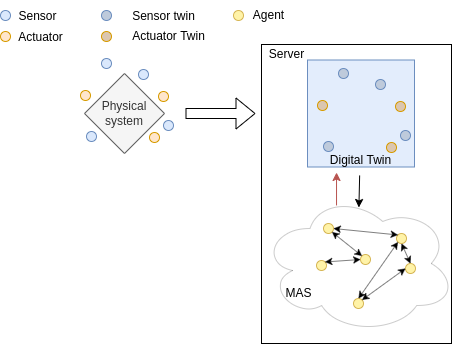
The draw.io diagram Documents/schemas/model_final.png in Zo-ey/lcis-internship, before a commit. Source tidied: cells renumbered, new cells last; positions are measured from the earlier drawing's top-left corner, leaving out a move shared by most shapes.
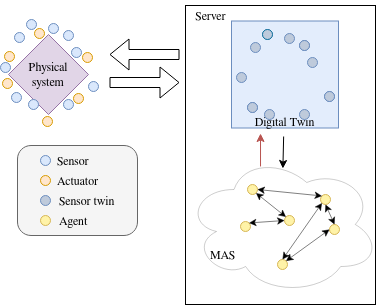
The same file after the commit.

Diff of the diagram source:
```diff
@@ -2,149 +2,200 @@
   <root>
     <mxCell id="0" />
     <mxCell id="1" parent="0" />
-    <mxCell id="2" style="rounded=0;whiteSpace=wrap;html=1;" parent="1" vertex="1">
-      <mxGeometry x="261" y="44" width="190" height="299" as="geometry" />
+    <mxCell id="2" style="rounded=1;whiteSpace=wrap;html=1;strokeColor=#666666;fillColor=#f5f5f5;fontColor=#333333;" parent="1" vertex="1">
+      <mxGeometry x="93" y="184" width="120" height="90" as="geometry" />
     </mxCell>
-    <mxCell id="3" style="whiteSpace=wrap;html=1;fillColor=#E3EDFC;strokeColor=#6c8ebf;" parent="1" vertex="1">
-      <mxGeometry x="307" y="59.5" width="107" height="107" as="geometry" />
+    <mxCell id="3" style="rounded=0;whiteSpace=wrap;html=1;" parent="1" vertex="1">
+      <mxGeometry x="261" y="44" width="190" height="299" as="geometry" />
     </mxCell>
-    <mxCell id="4" value="Physical&lt;br&gt;system" style="rhombus;whiteSpace=wrap;html=1;fillColor=#f5f5f5;fontColor=#333333;strokeColor=#666666;" parent="1" vertex="1">
-      <mxGeometry x="84" y="73" width="80" height="80" as="geometry" />
+    <mxCell id="4" style="whiteSpace=wrap;html=1;fillColor=#E3EDFC;strokeColor=#6c8ebf;" parent="1" vertex="1">
+      <mxGeometry x="307" y="59.5" width="107" height="107" as="geometry" />
     </mxCell>
-    <mxCell id="5" style="ellipse;whiteSpace=wrap;html=1;fillColor=#dae8fc;strokeColor=#6c8ebf;" parent="1" vertex="1">
-      <mxGeometry x="163" y="120" width="10" height="10" as="geometry" />
+    <mxCell id="5" value="Physical&lt;br&gt;system" style="rhombus;whiteSpace=wrap;html=1;fillColor=#e1d5e7;strokeColor=#9673a6;" parent="1" vertex="1">
+      <mxGeometry x="84" y="73" width="80" height="80" as="geometry" />
     </mxCell>
     <mxCell id="6" style="ellipse;whiteSpace=wrap;html=1;fillColor=#dae8fc;strokeColor=#6c8ebf;" parent="1" vertex="1">
-      <mxGeometry x="86" y="131" width="10" height="10" as="geometry" />
+      <mxGeometry x="164" y="120" width="10" height="10" as="geometry" />
     </mxCell>
     <mxCell id="7" style="ellipse;whiteSpace=wrap;html=1;fillColor=#dae8fc;strokeColor=#6c8ebf;" parent="1" vertex="1">
-      <mxGeometry x="101" y="58" width="10" height="10" as="geometry" />
+      <mxGeometry x="87" y="131" width="10" height="10" as="geometry" />
     </mxCell>
     <mxCell id="8" style="ellipse;whiteSpace=wrap;html=1;fillColor=#dae8fc;strokeColor=#6c8ebf;" parent="1" vertex="1">
-      <mxGeometry x="138" y="69" width="10" height="10" as="geometry" />
+      <mxGeometry x="102" y="58" width="10" height="10" as="geometry" />
     </mxCell>
-    <mxCell id="9" style="ellipse;whiteSpace=wrap;html=1;fillColor=#ffe6cc;strokeColor=#d79b00;" parent="1" vertex="1">
-      <mxGeometry x="149" y="132" width="10" height="10" as="geometry" />
+    <mxCell id="9" style="ellipse;whiteSpace=wrap;html=1;fillColor=#dae8fc;strokeColor=#6c8ebf;" parent="1" vertex="1">
+      <mxGeometry x="139" y="69" width="10" height="10" as="geometry" />
     </mxCell>
     <mxCell id="10" style="ellipse;whiteSpace=wrap;html=1;fillColor=#ffe6cc;strokeColor=#d79b00;" parent="1" vertex="1">
-      <mxGeometry x="80" y="90" width="10" height="10" as="geometry" />
+      <mxGeometry x="149" y="132" width="10" height="10" as="geometry" />
     </mxCell>
     <mxCell id="11" style="ellipse;whiteSpace=wrap;html=1;fillColor=#ffe6cc;strokeColor=#d79b00;" parent="1" vertex="1">
-      <mxGeometry x="158" y="91" width="10" height="10" as="geometry" />
+      <mxGeometry x="80" y="90" width="10" height="10" as="geometry" />
     </mxCell>
-    <mxCell id="12" style="ellipse;whiteSpace=wrap;html=1;fillColor=#dae8fc;strokeColor=#6c8ebf;" parent="1" vertex="1">
-      <mxGeometry y="10" width="10" height="10" as="geometry" />
+    <mxCell id="12" style="ellipse;whiteSpace=wrap;html=1;fillColor=#ffe6cc;strokeColor=#d79b00;" parent="1" vertex="1">
+      <mxGeometry x="158" y="91" width="10" height="10" as="geometry" />
     </mxCell>
-    <mxCell id="13" value="Sensor" style="text;html=1;align=center;verticalAlign=middle;strokeColor=none;fillColor=none;" parent="1" vertex="1">
-      <mxGeometry x="7" y="1" width="60" height="30" as="geometry" />
+    <mxCell id="13" style="ellipse;whiteSpace=wrap;html=1;fillColor=#dae8fc;strokeColor=#6c8ebf;" parent="1" vertex="1">
+      <mxGeometry x="116" y="194" width="10" height="10" as="geometry" />
     </mxCell>
-    <mxCell id="14" style="ellipse;whiteSpace=wrap;html=1;fillColor=#ffe6cc;strokeColor=#d79b00;" parent="1" vertex="1">
-      <mxGeometry y="31" width="10" height="10" as="geometry" />
+    <mxCell id="14" value="Sensor" style="text;html=1;align=left;verticalAlign=middle;strokeColor=none;fillColor=none;" parent="1" vertex="1">
+      <mxGeometry x="131" y="184" width="60" height="30" as="geometry" />
     </mxCell>
-    <mxCell id="15" value="Actuator" style="text;html=1;align=center;verticalAlign=middle;strokeColor=none;fillColor=none;" parent="1" vertex="1">
-      <mxGeometry x="5" y="22" width="70" height="30" as="geometry" />
+    <mxCell id="15" style="ellipse;whiteSpace=wrap;html=1;fillColor=#ffe6cc;strokeColor=#d79b00;" parent="1" vertex="1">
+      <mxGeometry x="116" y="214" width="10" height="10" as="geometry" />
     </mxCell>
-    <mxCell id="16" style="shape=flexArrow;endArrow=classic;html=1;rounded=0;" parent="1" edge="1">
-      <mxGeometry relative="1" as="geometry">
-        <mxPoint x="185" y="113" as="sourcePoint" />
-        <mxPoint x="255" y="113" as="targetPoint" />
-      </mxGeometry>
+    <mxCell id="16" value="&lt;div align=&quot;left&quot;&gt;Actuator&lt;/div&gt;" style="text;html=1;align=left;verticalAlign=middle;strokeColor=none;fillColor=none;" parent="1" vertex="1">
+      <mxGeometry x="131" y="204" width="60" height="30" as="geometry" />
     </mxCell>
-    <mxCell id="17" value="Server" style="text;html=1;align=center;verticalAlign=middle;strokeColor=none;fillColor=none;" parent="1" vertex="1">
-      <mxGeometry x="256" y="39" width="60" height="30" as="geometry" />
+    <mxCell id="17" style="shape=flexArrow;endArrow=classic;html=1;rounded=0;" parent="1" edge="1">
+      <mxGeometry relative="1" as="geometry">
+        <mxPoint x="185" y="121" as="sourcePoint" />
+        <mxPoint x="255" y="121" as="targetPoint" />
+      </mxGeometry>
     </mxCell>
-    <mxCell id="18" style="ellipse;whiteSpace=wrap;html=1;fillColor=#BECADB;strokeColor=#6c8ebf;" parent="1" vertex="1">
-      <mxGeometry x="101" y="10" width="10" height="10" as="geometry" />
+    <mxCell id="18" value="Server" style="text;html=1;align=center;verticalAlign=middle;strokeColor=none;fillColor=none;" parent="1" vertex="1">
+      <mxGeometry x="256" y="39" width="60" height="30" as="geometry" />
     </mxCell>
-    <mxCell id="19" value="Sensor twin" style="text;html=1;align=center;verticalAlign=middle;strokeColor=none;fillColor=none;" parent="1" vertex="1">
-      <mxGeometry x="118" y="1" width="90" height="30" as="geometry" />
+    <mxCell id="19" style="ellipse;whiteSpace=wrap;html=1;fillColor=#BECADB;strokeColor=#6c8ebf;" parent="1" vertex="1">
+      <mxGeometry x="116" y="234" width="10" height="10" as="geometry" />
     </mxCell>
-    <mxCell id="20" style="ellipse;whiteSpace=wrap;html=1;fillColor=#DBC6AF;strokeColor=#d79b00;" parent="1" vertex="1">
-      <mxGeometry x="101" y="31" width="10" height="10" as="geometry" />
+    <mxCell id="20" value="&lt;div align=&quot;left&quot;&gt;Sensor twin&lt;/div&gt;" style="text;html=1;align=left;verticalAlign=middle;strokeColor=none;fillColor=none;" parent="1" vertex="1">
+      <mxGeometry x="133" y="224" width="80" height="30" as="geometry" />
     </mxCell>
-    <mxCell id="21" value="Actuator Twin" style="text;html=1;align=center;verticalAlign=middle;strokeColor=none;fillColor=none;" parent="1" vertex="1">
-      <mxGeometry x="118" y="21" width="100" height="30" as="geometry" />
+    <mxCell id="21" style="ellipse;whiteSpace=wrap;html=1;fillColor=#BECADB;strokeColor=#6c8ebf;" parent="1" vertex="1">
+      <mxGeometry x="400" y="130" width="10" height="10" as="geometry" />
     </mxCell>
     <mxCell id="22" style="ellipse;whiteSpace=wrap;html=1;fillColor=#BECADB;strokeColor=#6c8ebf;" parent="1" vertex="1">
-      <mxGeometry x="400" y="130" width="10" height="10" as="geometry" />
+      <mxGeometry x="323" y="141" width="10" height="10" as="geometry" />
     </mxCell>
     <mxCell id="23" style="ellipse;whiteSpace=wrap;html=1;fillColor=#BECADB;strokeColor=#6c8ebf;" parent="1" vertex="1">
-      <mxGeometry x="323" y="141" width="10" height="10" as="geometry" />
+      <mxGeometry x="338" y="68" width="10" height="10" as="geometry" />
     </mxCell>
     <mxCell id="24" style="ellipse;whiteSpace=wrap;html=1;fillColor=#BECADB;strokeColor=#6c8ebf;" parent="1" vertex="1">
-      <mxGeometry x="338" y="68" width="10" height="10" as="geometry" />
+      <mxGeometry x="375" y="79" width="10" height="10" as="geometry" />
     </mxCell>
-    <mxCell id="25" style="ellipse;whiteSpace=wrap;html=1;fillColor=#BECADB;strokeColor=#6c8ebf;" parent="1" vertex="1">
-      <mxGeometry x="375" y="79" width="10" height="10" as="geometry" />
+    <mxCell id="25" value="Digital Twin" style="text;html=1;align=center;verticalAlign=middle;points=[];strokeColor=none;fillColor=none;" parent="1" vertex="1">
+      <mxGeometry x="319.5" y="145" width="80" height="30" as="geometry" />
     </mxCell>
-    <mxCell id="26" style="ellipse;whiteSpace=wrap;html=1;fillColor=#DBC6AF;strokeColor=#d79b00;" parent="1" vertex="1">
-      <mxGeometry x="386" y="142" width="10" height="10" as="geometry" />
+    <mxCell id="26" style="ellipse;shape=cloud;whiteSpace=wrap;html=1;fillColor=none;strokeWidth=0.2;" parent="1" vertex="1">
+      <mxGeometry x="261" y="193" width="194" height="140" as="geometry" />
     </mxCell>
-    <mxCell id="27" style="ellipse;whiteSpace=wrap;html=1;fillColor=#DBC6AF;strokeColor=#d79b00;" parent="1" vertex="1">
-      <mxGeometry x="317" y="100" width="10" height="10" as="geometry" />
+    <mxCell id="27" style="endArrow=classic;html=1;rounded=0;entryX=0.502;entryY=0.1;entryDx=0;entryDy=0;entryPerimeter=0;" parent="1" edge="1" source="25" target="26">
+      <mxGeometry relative="1" as="geometry" />
     </mxCell>
-    <mxCell id="28" style="ellipse;whiteSpace=wrap;html=1;fillColor=#DBC6AF;strokeColor=#d79b00;" parent="1" vertex="1">
-      <mxGeometry x="395" y="101" width="10" height="10" as="geometry" />
+    <mxCell id="28" style="ellipse;whiteSpace=wrap;html=1;fillColor=#FFF3A8;strokeColor=#d6b656;" parent="1" vertex="1">
+      <mxGeometry x="116" y="254" width="10" height="10" as="geometry" />
     </mxCell>
-    <mxCell id="29" value="Digital Twin" style="text;html=1;align=center;verticalAlign=middle;points=[];strokeColor=none;fillColor=none;" parent="1" vertex="1">
-      <mxGeometry x="319.5" y="145" width="80" height="30" as="geometry" />
+    <mxCell id="29" value="Agent" style="text;html=1;align=left;verticalAlign=middle;points=[];strokeColor=none;fillColor=none;" parent="1" vertex="1">
+      <mxGeometry x="133" y="244" width="50" height="30" as="geometry" />
     </mxCell>
-    <mxCell id="30" style="ellipse;shape=cloud;whiteSpace=wrap;html=1;fillColor=none;strokeWidth=0.2;" parent="1" vertex="1">
-      <mxGeometry x="261" y="193" width="194" height="140" as="geometry" />
+    <mxCell id="30" style="ellipse;whiteSpace=wrap;html=1;fillColor=#FFF3A8;strokeColor=#d6b656;" parent="1" vertex="1">
+      <mxGeometry x="323" y="223" width="10" height="10" as="geometry" />
     </mxCell>
-    <mxCell id="31" style="endArrow=classic;html=1;rounded=0;entryX=0.502;entryY=0.1;entryDx=0;entryDy=0;entryPerimeter=0;" parent="1" edge="1" source="29" target="30">
-      <mxGeometry relative="1" as="geometry" />
+    <mxCell id="31" style="ellipse;whiteSpace=wrap;html=1;fillColor=#FFF3A8;strokeColor=#d6b656;" parent="1" vertex="1">
+      <mxGeometry x="316" y="260" width="10" height="10" as="geometry" />
     </mxCell>
     <mxCell id="32" style="ellipse;whiteSpace=wrap;html=1;fillColor=#FFF3A8;strokeColor=#d6b656;" parent="1" vertex="1">
-      <mxGeometry x="233" y="10" width="10" height="10" as="geometry" />
+      <mxGeometry x="360" y="254" width="10" height="10" as="geometry" />
     </mxCell>
-    <mxCell id="33" value="Agent" style="text;html=1;align=center;verticalAlign=middle;points=[];strokeColor=none;fillColor=none;" parent="1" vertex="1">
-      <mxGeometry x="243" width="50" height="30" as="geometry" />
+    <mxCell id="33" style="ellipse;whiteSpace=wrap;html=1;fillColor=#FFF3A8;strokeColor=#d6b656;" parent="1" vertex="1">
+      <mxGeometry x="353" y="298" width="10" height="10" as="geometry" />
     </mxCell>
     <mxCell id="34" style="ellipse;whiteSpace=wrap;html=1;fillColor=#FFF3A8;strokeColor=#d6b656;" parent="1" vertex="1">
-      <mxGeometry x="323" y="223" width="10" height="10" as="geometry" />
+      <mxGeometry x="405" y="263" width="10" height="10" as="geometry" />
     </mxCell>
     <mxCell id="35" style="ellipse;whiteSpace=wrap;html=1;fillColor=#FFF3A8;strokeColor=#d6b656;" parent="1" vertex="1">
-      <mxGeometry x="316" y="260" width="10" height="10" as="geometry" />
+      <mxGeometry x="396" y="233" width="10" height="10" as="geometry" />
     </mxCell>
-    <mxCell id="36" style="ellipse;whiteSpace=wrap;html=1;fillColor=#FFF3A8;strokeColor=#d6b656;" parent="1" vertex="1">
-      <mxGeometry x="360" y="254" width="10" height="10" as="geometry" />
+    <mxCell id="36" style="endArrow=classic;startArrow=classic;html=1;rounded=0;entryX=0;entryY=0;entryDx=0;entryDy=0;exitX=1;exitY=0.5;exitDx=0;exitDy=0;strokeWidth=0.5;" parent="1" edge="1" source="30" target="35">
+      <mxGeometry relative="1" as="geometry" />
     </mxCell>
-    <mxCell id="37" style="ellipse;whiteSpace=wrap;html=1;fillColor=#FFF3A8;strokeColor=#d6b656;" parent="1" vertex="1">
-      <mxGeometry x="353" y="298" width="10" height="10" as="geometry" />
+    <mxCell id="37" style="endArrow=classic;startArrow=classic;html=1;rounded=0;entryX=0;entryY=0.5;entryDx=0;entryDy=0;exitX=1;exitY=0;exitDx=0;exitDy=0;strokeWidth=0.5;" parent="1" edge="1" source="31" target="32">
+      <mxGeometry relative="1" as="geometry" />
     </mxCell>
-    <mxCell id="38" style="ellipse;whiteSpace=wrap;html=1;fillColor=#FFF3A8;strokeColor=#d6b656;" parent="1" vertex="1">
-      <mxGeometry x="405" y="263" width="10" height="10" as="geometry" />
+    <mxCell id="38" style="endArrow=classic;startArrow=classic;html=1;rounded=0;entryX=0;entryY=0.5;entryDx=0;entryDy=0;exitX=1;exitY=0;exitDx=0;exitDy=0;strokeWidth=0.5;" parent="1" edge="1" source="33" target="34">
+      <mxGeometry relative="1" as="geometry" />
     </mxCell>
-    <mxCell id="39" style="ellipse;whiteSpace=wrap;html=1;fillColor=#FFF3A8;strokeColor=#d6b656;" parent="1" vertex="1">
-      <mxGeometry x="396" y="233" width="10" height="10" as="geometry" />
+    <mxCell id="39" style="endArrow=classic;startArrow=classic;html=1;rounded=0;entryX=0;entryY=1;entryDx=0;entryDy=0;exitX=0.5;exitY=0;exitDx=0;exitDy=0;strokeWidth=0.5;" parent="1" edge="1" source="33" target="35">
+      <mxGeometry relative="1" as="geometry" />
     </mxCell>
-    <mxCell id="40" style="endArrow=classic;startArrow=classic;html=1;rounded=0;entryX=0;entryY=0;entryDx=0;entryDy=0;exitX=1;exitY=0.5;exitDx=0;exitDy=0;strokeWidth=0.5;" parent="1" edge="1" source="34" target="39">
+    <mxCell id="40" style="endArrow=classic;startArrow=classic;html=1;rounded=0;entryX=0.5;entryY=1;entryDx=0;entryDy=0;exitX=0.5;exitY=0;exitDx=0;exitDy=0;strokeWidth=0.5;" parent="1" edge="1" source="34" target="35">
       <mxGeometry relative="1" as="geometry" />
     </mxCell>
-    <mxCell id="41" style="endArrow=classic;startArrow=classic;html=1;rounded=0;entryX=0;entryY=0.5;entryDx=0;entryDy=0;exitX=1;exitY=0;exitDx=0;exitDy=0;strokeWidth=0.5;" parent="1" edge="1" source="35" target="36">
+    <mxCell id="41" style="endArrow=classic;startArrow=classic;html=1;rounded=0;entryX=1;entryY=1;entryDx=0;entryDy=0;exitX=0;exitY=0;exitDx=0;exitDy=0;strokeWidth=0.5;" parent="1" edge="1" source="32" target="30">
       <mxGeometry relative="1" as="geometry" />
     </mxCell>
-    <mxCell id="42" style="endArrow=classic;startArrow=classic;html=1;rounded=0;entryX=0;entryY=0.5;entryDx=0;entryDy=0;exitX=1;exitY=0;exitDx=0;exitDy=0;strokeWidth=0.5;" parent="1" edge="1" source="37" target="38">
-      <mxGeometry relative="1" as="geometry" />
+    <mxCell id="42" value="MAS" style="text;html=1;align=center;verticalAlign=middle;strokeColor=none;fillColor=none;" parent="1" vertex="1">
+      <mxGeometry x="273" y="278" width="50" height="30" as="geometry" />
     </mxCell>
-    <mxCell id="43" style="endArrow=classic;startArrow=classic;html=1;rounded=0;entryX=0;entryY=1;entryDx=0;entryDy=0;exitX=0.5;exitY=0;exitDx=0;exitDy=0;strokeWidth=0.5;" parent="1" edge="1" source="37" target="39">
-      <mxGeometry relative="1" as="geometry" />
+    <mxCell id="43" style="endArrow=classic;html=1;rounded=0;fillColor=#f8cecc;strokeColor=#b85450;entryX=0.281;entryY=1.1;entryDx=0;entryDy=0;entryPerimeter=0;exitX=0.361;exitY=0.121;exitDx=0;exitDy=0;exitPerimeter=0;" parent="1" edge="1">
+      <mxGeometry relative="1" as="geometry">
+        <mxPoint x="336" y="204.9" as="sourcePoint" />
+        <mxPoint x="336" y="172" as="targetPoint" />
+      </mxGeometry>
     </mxCell>
-    <mxCell id="44" style="endArrow=classic;startArrow=classic;html=1;rounded=0;entryX=0.5;entryY=1;entryDx=0;entryDy=0;exitX=0.5;exitY=0;exitDx=0;exitDy=0;strokeWidth=0.5;" parent="1" edge="1" source="38" target="39">
-      <mxGeometry relative="1" as="geometry" />
+    <mxCell id="44" style="shape=flexArrow;endArrow=classic;html=1;rounded=0;" parent="1" edge="1">
+      <mxGeometry relative="1" as="geometry">
+        <mxPoint x="255" y="93" as="sourcePoint" />
+        <mxPoint x="185" y="93" as="targetPoint" />
+      </mxGeometry>
     </mxCell>
-    <mxCell id="45" style="endArrow=classic;startArrow=classic;html=1;rounded=0;entryX=1;entryY=1;entryDx=0;entryDy=0;exitX=0;exitY=0;exitDx=0;exitDy=0;strokeWidth=0.5;" parent="1" edge="1" source="36" target="34">
-      <mxGeometry relative="1" as="geometry" />
+    <mxCell id="45" style="ellipse;whiteSpace=wrap;html=1;fillColor=#dae8fc;strokeColor=#6c8ebf;" parent="1" vertex="1">
+      <mxGeometry x="90" y="71" width="10" height="10" as="geometry" />
     </mxCell>
-    <mxCell id="46" value="MAS" style="text;html=1;align=center;verticalAlign=middle;strokeColor=none;fillColor=none;" parent="1" vertex="1">
-      <mxGeometry x="273" y="278" width="50" height="30" as="geometry" />
+    <mxCell id="46" style="ellipse;whiteSpace=wrap;html=1;fillColor=#dae8fc;strokeColor=#6c8ebf;" parent="1" vertex="1">
+      <mxGeometry x="76" y="101" width="10" height="10" as="geometry" />
     </mxCell>
-    <mxCell id="47" style="endArrow=classic;html=1;rounded=0;fillColor=#f8cecc;strokeColor=#b85450;entryX=0.281;entryY=1.1;entryDx=0;entryDy=0;entryPerimeter=0;exitX=0.361;exitY=0.121;exitDx=0;exitDy=0;exitPerimeter=0;" parent="1" edge="1">
-      <mxGeometry relative="1" as="geometry">
-        <mxPoint x="336" y="204.9" as="sourcePoint" />
-        <mxPoint x="336" y="172" as="targetPoint" />
-      </mxGeometry>
+    <mxCell id="47" style="ellipse;whiteSpace=wrap;html=1;fillColor=#dae8fc;strokeColor=#6c8ebf;" parent="1" vertex="1">
+      <mxGeometry x="104" y="138" width="10" height="10" as="geometry" />
     </mxCell>
+    <mxCell id="48" style="ellipse;whiteSpace=wrap;html=1;fillColor=#dae8fc;strokeColor=#6c8ebf;" parent="1" vertex="1">
+      <mxGeometry x="124" y="62" width="10" height="10" as="geometry" />
+    </mxCell>
+    <mxCell id="49" style="ellipse;whiteSpace=wrap;html=1;fillColor=#dae8fc;strokeColor=#6c8ebf;" parent="1" vertex="1">
+      <mxGeometry x="147" y="86" width="10" height="10" as="geometry" />
+    </mxCell>
+    <mxCell id="50" style="ellipse;whiteSpace=wrap;html=1;fillColor=#dae8fc;strokeColor=#6c8ebf;" parent="1" vertex="1">
+      <mxGeometry x="139" y="138" width="10" height="10" as="geometry" />
+    </mxCell>
+    <mxCell id="51" style="ellipse;whiteSpace=wrap;html=1;fillColor=#becadb;strokeColor=#6c8ebf;" parent="1" vertex="1">
+      <mxGeometry x="400" y="130" width="10" height="10" as="geometry" />
+    </mxCell>
+    <mxCell id="52" style="ellipse;whiteSpace=wrap;html=1;fillColor=#becadb;strokeColor=#6c8ebf;" parent="1" vertex="1">
+      <mxGeometry x="323" y="141" width="10" height="10" as="geometry" />
+    </mxCell>
+    <mxCell id="53" style="ellipse;whiteSpace=wrap;html=1;fillColor=#BECADB;strokeColor=#10739e;" parent="1" vertex="1">
+      <mxGeometry x="338" y="68" width="10" height="10" as="geometry" />
+    </mxCell>
+    <mxCell id="54" style="ellipse;whiteSpace=wrap;html=1;fillColor=#becadb;strokeColor=#6c8ebf;" parent="1" vertex="1">
+      <mxGeometry x="375" y="79" width="10" height="10" as="geometry" />
+    </mxCell>
+    <mxCell id="55" style="ellipse;whiteSpace=wrap;html=1;fillColor=#BECADB;strokeColor=#6c8ebf;" parent="1" vertex="1">
+      <mxGeometry x="326" y="81" width="10" height="10" as="geometry" />
+    </mxCell>
+    <mxCell id="56" style="ellipse;whiteSpace=wrap;html=1;fillColor=#BECADB;strokeColor=#6c8ebf;" parent="1" vertex="1">
+      <mxGeometry x="312" y="111" width="10" height="10" as="geometry" />
+    </mxCell>
+    <mxCell id="57" style="ellipse;whiteSpace=wrap;html=1;fillColor=#becadb;strokeColor=#6c8ebf;" parent="1" vertex="1">
+      <mxGeometry x="340" y="148" width="10" height="10" as="geometry" />
+    </mxCell>
+    <mxCell id="58" style="ellipse;whiteSpace=wrap;html=1;fillColor=#BECADB;strokeColor=#6c8ebf;" parent="1" vertex="1">
+      <mxGeometry x="360" y="72" width="10" height="10" as="geometry" />
+    </mxCell>
+    <mxCell id="59" style="ellipse;whiteSpace=wrap;html=1;fillColor=#becadb;strokeColor=#6c8ebf;" parent="1" vertex="1">
+      <mxGeometry x="383" y="96" width="10" height="10" as="geometry" />
+    </mxCell>
+    <mxCell id="60" style="ellipse;whiteSpace=wrap;html=1;fillColor=#becadb;strokeColor=#6c8ebf;" parent="1" vertex="1">
+      <mxGeometry x="375" y="148" width="10" height="10" as="geometry" />
+    </mxCell>
+    <mxCell id="61" style="ellipse;whiteSpace=wrap;html=1;fillColor=#ffe6cc;strokeColor=#d79b00;" parent="1" vertex="1">
+      <mxGeometry x="118" y="155" width="10" height="10" as="geometry" />
+    </mxCell>
+    <mxCell id="62" style="ellipse;whiteSpace=wrap;html=1;fillColor=#ffe6cc;strokeColor=#d79b00;" parent="1" vertex="1">
+      <mxGeometry x="78" y="117" width="10" height="10" as="geometry" />
+    </mxCell>
+    <mxCell id="63" style="ellipse;whiteSpace=wrap;html=1;fillColor=#ffe6cc;strokeColor=#d79b00;" parent="1" vertex="1">
+      <mxGeometry x="110" y="67" width="10" height="10" as="geometry" />
+    </mxCell>
   </root>
 </mxGraphModel>
```
